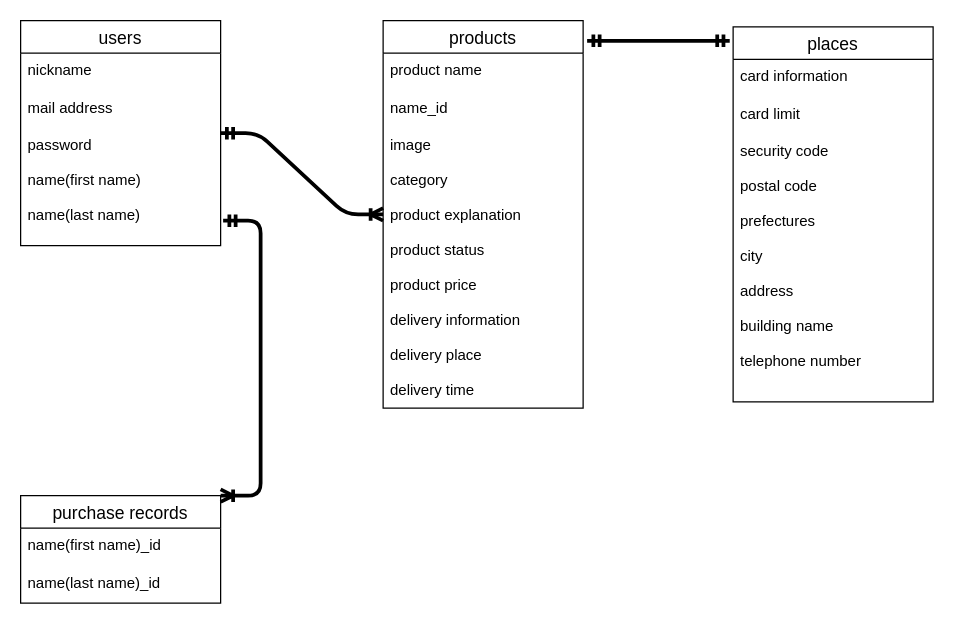
Above: ER図.dio in nicole0818/furima-35637 (draw.io), before the change. Source tidied: cells renumbered, new cells numbered last; positions are measured from the earlier drawing's top-left corner, leaving out a move shared by most shapes. Both pictures are drawn from the tidied source at 125%, with x=0, y=0 at pixel (20, 20).
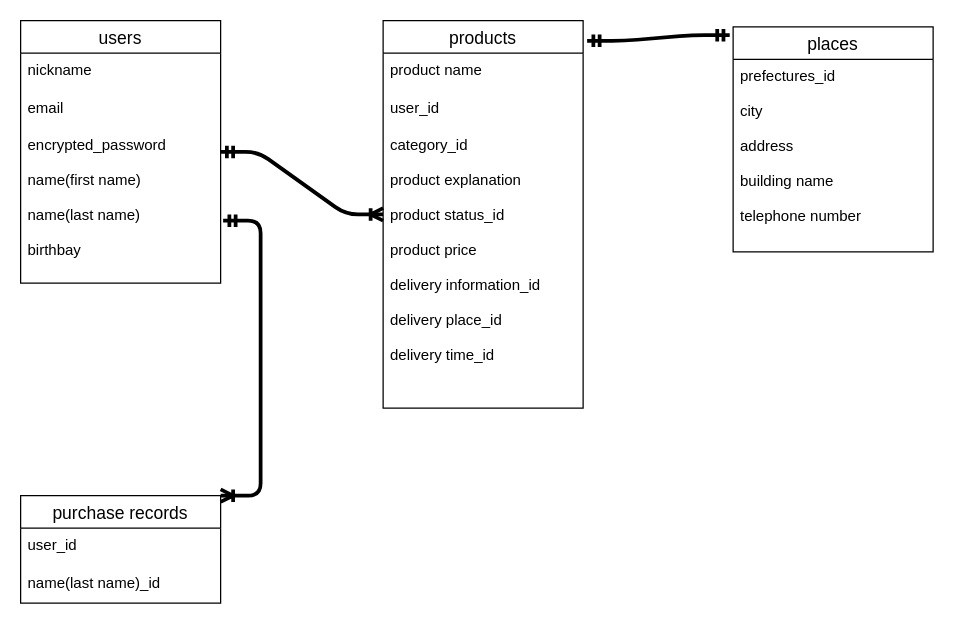
After the change.

Unchanged cells that the change refers to:
```xml
<mxCell id="6" value="products" style="swimlane;fontStyle=0;horizontal=1;startSize=26;align=center;fontSize=14;" parent="1" vertex="1">
  <mxGeometry x="290" width="160" height="310" as="geometry" />
</mxCell>
<mxCell id="14" value="purchase records" style="swimlane;fontStyle=0;horizontal=1;startSize=26;align=center;fontSize=14;" parent="1" vertex="1">
  <mxGeometry y="380" width="160" height="86" as="geometry" />
</mxCell>
```

What changed in the source:
```diff
@@
     <mxCell id="2" value="users" style="swimlane;fontStyle=0;horizontal=1;startSize=26;align=center;fontSize=14;" parent="1" vertex="1">
-      <mxGeometry width="160" height="180" as="geometry" />
+      <mxGeometry width="160" height="210" as="geometry" />
     </mxCell>
@@
-    <mxCell id="4" value="mail address" style="text;strokeColor=none;fillColor=none;spacingLeft=4;spacingRight=4;overflow=hidden;fontSize=12;" parent="2" vertex="1">
+    <mxCell id="4" value="email" style="text;strokeColor=none;fillColor=none;spacingLeft=4;spacingRight=4;overflow=hidden;fontSize=12;" parent="2" vertex="1">
       <mxGeometry y="56" width="160" height="30" as="geometry" />
     </mxCell>
-    <mxCell id="5" value="password&#10;&#10;name(first name)&#10;&#10;name(last name)" style="text;strokeColor=none;fillColor=none;spacingLeft=4;spacingRight=4;overflow=hidden;fontSize=12;" parent="2" vertex="1">
-      <mxGeometry y="86" width="160" height="94" as="geometry" />
+    <mxCell id="5" value="encrypted_password&#10;&#10;name(first name)&#10;&#10;name(last name)&#10;&#10;birthbay" style="text;strokeColor=none;fillColor=none;spacingLeft=4;spacingRight=4;overflow=hidden;fontSize=12;" parent="2" vertex="1">
+      <mxGeometry y="86" width="160" height="124" as="geometry" />
     </mxCell>
@@
-    <mxCell id="8" value="name_id" style="text;strokeColor=none;fillColor=none;spacingLeft=4;spacingRight=4;overflow=hidden;fontSize=12;" parent="6" vertex="1">
+    <mxCell id="8" value="user_id" style="text;strokeColor=none;fillColor=none;spacingLeft=4;spacingRight=4;overflow=hidden;fontSize=12;" parent="6" vertex="1">
       <mxGeometry y="56" width="160" height="30" as="geometry" />
     </mxCell>
-    <mxCell id="9" value="image&#10;&#10;category&#10;&#10;product explanation&#10;&#10;product status&#10;&#10;product price&#10;&#10;delivery information&#10;&#10;delivery place&#10;&#10;delivery time" style="text;strokeColor=none;fillColor=none;spacingLeft=4;spacingRight=4;overflow=hidden;fontSize=12;" parent="6" vertex="1">
+    <mxCell id="9" value="category_id&#10;&#10;product explanation&#10;&#10;product status_id&#10;&#10;product price&#10;&#10;delivery information_id&#10;&#10;delivery place_id&#10;&#10;delivery time_id" style="text;strokeColor=none;fillColor=none;spacingLeft=4;spacingRight=4;overflow=hidden;fontSize=12;" parent="6" vertex="1">
       <mxGeometry y="86" width="160" height="224" as="geometry" />
     </mxCell>
     <mxCell id="10" value="places" style="swimlane;fontStyle=0;horizontal=1;startSize=26;align=center;fontSize=14;" parent="1" vertex="1">
-      <mxGeometry x="570" y="5" width="160" height="300" as="geometry" />
+      <mxGeometry x="570" y="5" width="160" height="180" as="geometry" />
     </mxCell>
-    <mxCell id="11" value="card information" style="text;strokeColor=none;fillColor=none;spacingLeft=4;spacingRight=4;overflow=hidden;fontSize=12;" parent="10" vertex="1">
-      <mxGeometry y="26" width="160" height="30" as="geometry" />
-    </mxCell>
-    <mxCell id="12" value="card limit" style="text;strokeColor=none;fillColor=none;spacingLeft=4;spacingRight=4;overflow=hidden;fontSize=12;" parent="10" vertex="1">
-      <mxGeometry y="56" width="160" height="30" as="geometry" />
-    </mxCell>
-    <mxCell id="13" value="security code&#10;&#10;postal code&#10;&#10;prefectures&#10;&#10;city&#10;&#10;address&#10;&#10;building name&#10;&#10;telephone number" style="text;strokeColor=none;fillColor=none;spacingLeft=4;spacingRight=4;overflow=hidden;fontSize=12;" parent="10" vertex="1">
-      <mxGeometry y="86" width="160" height="214" as="geometry" />
+    <mxCell id="13" value="prefectures_id&#10;&#10;city&#10;&#10;address&#10;&#10;building name&#10;&#10;telephone number" style="text;strokeColor=none;fillColor=none;spacingLeft=4;spacingRight=4;overflow=hidden;fontSize=12;" parent="10" vertex="1">
+      <mxGeometry y="26" width="160" height="154" as="geometry" />
     </mxCell>
@@
-    <mxCell id="15" value="name(first name)_id" style="text;strokeColor=none;fillColor=none;spacingLeft=4;spacingRight=4;overflow=hidden;fontSize=12;" parent="14" vertex="1">
+    <mxCell id="15" value="user_id" style="text;strokeColor=none;fillColor=none;spacingLeft=4;spacingRight=4;overflow=hidden;fontSize=12;" parent="14" vertex="1">
       <mxGeometry y="26" width="160" height="30" as="geometry" />
     </mxCell>
```
